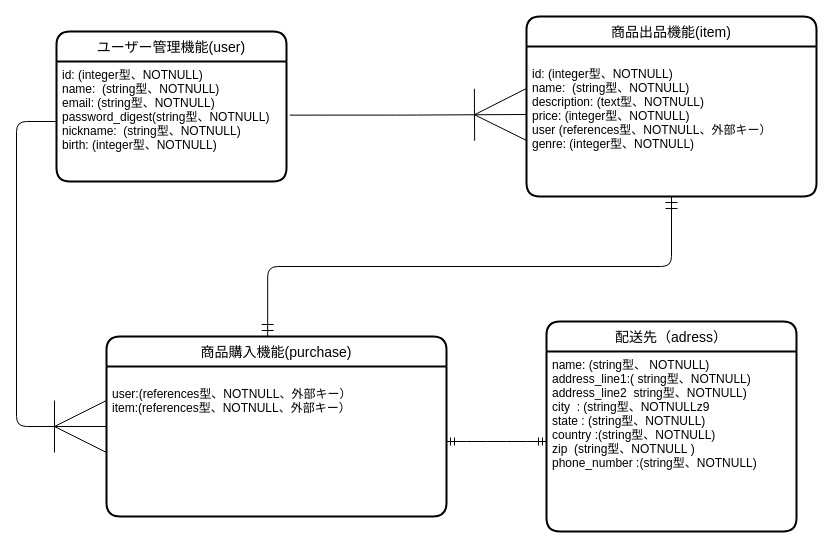
This is furima.dio from yoshiocamp/furima-40747, a draw.io file, before an edit. Source tidied: cells renumbered, new cells numbered last; positions are measured from the earlier drawing's top-left corner, leaving out a move shared by most shapes. Both pictures are drawn from the tidied source at 100%, with x=0, y=0 at pixel (16, 16).
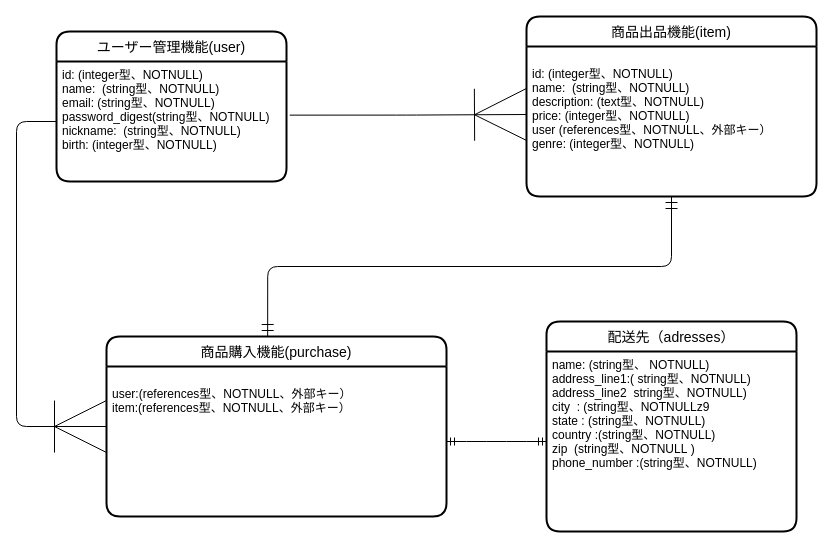
After the change.

Commit message (it also covers changes not shown here):
DB設計の修正　pushし直し

The edit, as a diff of the source:
```diff
@@
 <mxGraphModel>
   <root>
     <mxCell id="0" />
     <mxCell id="1" parent="0" />
     <mxCell id="2" value="ユーザー管理機能(user)" style="swimlane;horizontal=1;startSize=30;rounded=1;fontSize=14;fontStyle=0;strokeWidth=2;shadow=0;dashed=0;align=center;" parent="1" vertex="1">
       <mxGeometry x="40" y="15" width="230" height="150" as="geometry" />
     </mxCell>
     <mxCell id="3" value="id: (integer型、NOTNULL)&#10;name:  (string型、NOTNULL)&#10;email: (string型、NOTNULL)&#10;password_digest(string型、NOTNULL)&#10;nickname:  (string型、NOTNULL)&#10;birth: (integer型、NOTNULL)&#10;" style="align=left;strokeColor=none;fillColor=none;spacingLeft=4;fontSize=12;verticalAlign=top;" parent="2" vertex="1">
       <mxGeometry y="30" width="230" height="120" as="geometry" />
     </mxCell>
     <mxCell id="4" value="商品購入機能(purchase)" style="swimlane;horizontal=1;startSize=30;rounded=1;fontSize=14;fontStyle=0;strokeWidth=2;shadow=0;dashed=0;align=center;" parent="1" vertex="1">
       <mxGeometry x="90" y="320" width="340" height="180" as="geometry" />
     </mxCell>
     <mxCell id="5" value="&#10;user:(references型、NOTNULL、外部キー）&#10;item:(references型、NOTNULL、外部キー）&#10;" style="align=left;strokeColor=none;fillColor=none;spacingLeft=4;fontSize=12;verticalAlign=top;" parent="4" vertex="1">
       <mxGeometry y="30" width="340" height="150" as="geometry" />
     </mxCell>
     <mxCell id="6" value="商品出品機能(item)" style="swimlane;horizontal=1;startSize=30;rounded=1;fontSize=14;fontStyle=0;strokeWidth=2;shadow=0;dashed=0;align=center;" parent="1" vertex="1">
       <mxGeometry x="510" width="290" height="180" as="geometry" />
     </mxCell>
     <mxCell id="7" value="&#10;id: (integer型、NOTNULL)&#10;name:  (string型、NOTNULL)&#10;description: (text型、NOTNULL)&#10;price: (integer型、NOTNULL)&#10;user (references型、NOTNULL、外部キー）&#10;genre: (integer型、NOTNULL)" style="align=left;strokeColor=none;fillColor=none;spacingLeft=4;fontSize=12;verticalAlign=top;" parent="6" vertex="1">
       <mxGeometry y="30" width="290" height="150" as="geometry" />
     </mxCell>
     <mxCell id="8" style="edgeStyle=orthogonalEdgeStyle;fontSize=12;html=1;endArrow=ERoneToMany;exitX=1.014;exitY=0.447;exitDx=0;exitDy=0;exitPerimeter=0;endSize=50;startSize=10;targetPerimeterSpacing=0;sourcePerimeterSpacing=0;jumpSize=5;jumpStyle=none;" parent="1" edge="1" source="3">
       <mxGeometry relative="1" as="geometry">
         <mxPoint x="510" y="98" as="targetPoint" />
       </mxGeometry>
     </mxCell>
     <mxCell id="9" style="edgeStyle=orthogonalEdgeStyle;fontSize=12;html=1;endArrow=ERoneToMany;startSize=10;endSize=50;sourcePerimeterSpacing=0;targetPerimeterSpacing=0;jumpStyle=none;jumpSize=5;entryX=0;entryY=0.5;entryDx=0;entryDy=0;exitX=0;exitY=0.5;exitDx=0;exitDy=0;" parent="1" edge="1" source="3" target="4">
       <mxGeometry relative="1" as="geometry">
         <Array as="points">
           <mxPoint y="105" />
           <mxPoint y="410" />
         </Array>
       </mxGeometry>
     </mxCell>
     <mxCell id="10" style="fontSize=12;html=1;endArrow=ERmandOne;startArrow=ERmandOne;startSize=10;endSize=10;sourcePerimeterSpacing=0;targetPerimeterSpacing=0;jumpStyle=none;jumpSize=5;entryX=0.5;entryY=1;entryDx=0;entryDy=0;exitX=0.474;exitY=0;exitDx=0;exitDy=0;edgeStyle=orthogonalEdgeStyle;exitPerimeter=0;" parent="1" edge="1" source="4" target="7">
       <mxGeometry relative="1" as="geometry" />
     </mxCell>
-    <mxCell id="11" value="配送先（adress）" style="swimlane;horizontal=1;startSize=30;rounded=1;fontSize=14;fontStyle=0;strokeWidth=2;shadow=0;dashed=0;align=center;" parent="1" vertex="1">
+    <mxCell id="11" value="配送先（adresses）" style="swimlane;horizontal=1;startSize=30;rounded=1;fontSize=14;fontStyle=0;strokeWidth=2;shadow=0;dashed=0;align=center;" parent="1" vertex="1">
       <mxGeometry x="530" y="305" width="250" height="210" as="geometry" />
     </mxCell>
     <mxCell id="12" value="name: (string型、 NOTNULL)&#10;address_line1:( string型、NOTNULL)&#10;address_line2  string型、NOTNULL)        &#10;city  : (string型、NOTNULLz9&#10;state : (string型、NOTNULL)              &#10;country :(string型、NOTNULL)&#10;zip  (string型、NOTNULL )       &#10;phone_number :(string型、NOTNULL)&#10;" style="align=left;strokeColor=none;fillColor=none;spacingLeft=4;fontSize=12;verticalAlign=top;" parent="11" vertex="1">
       <mxGeometry y="30" width="250" height="180" as="geometry" />
     </mxCell>
     <mxCell id="13" style="edgeStyle=entityRelationEdgeStyle;fontSize=12;html=1;endArrow=ERmandOne;startArrow=ERmandOne;exitX=1;exitY=0.5;exitDx=0;exitDy=0;entryX=0;entryY=0.5;entryDx=0;entryDy=0;" parent="1" edge="1" source="5" target="12">
       <mxGeometry relative="1" as="geometry" />
     </mxCell>
   </root>
 </mxGraphModel>
```
